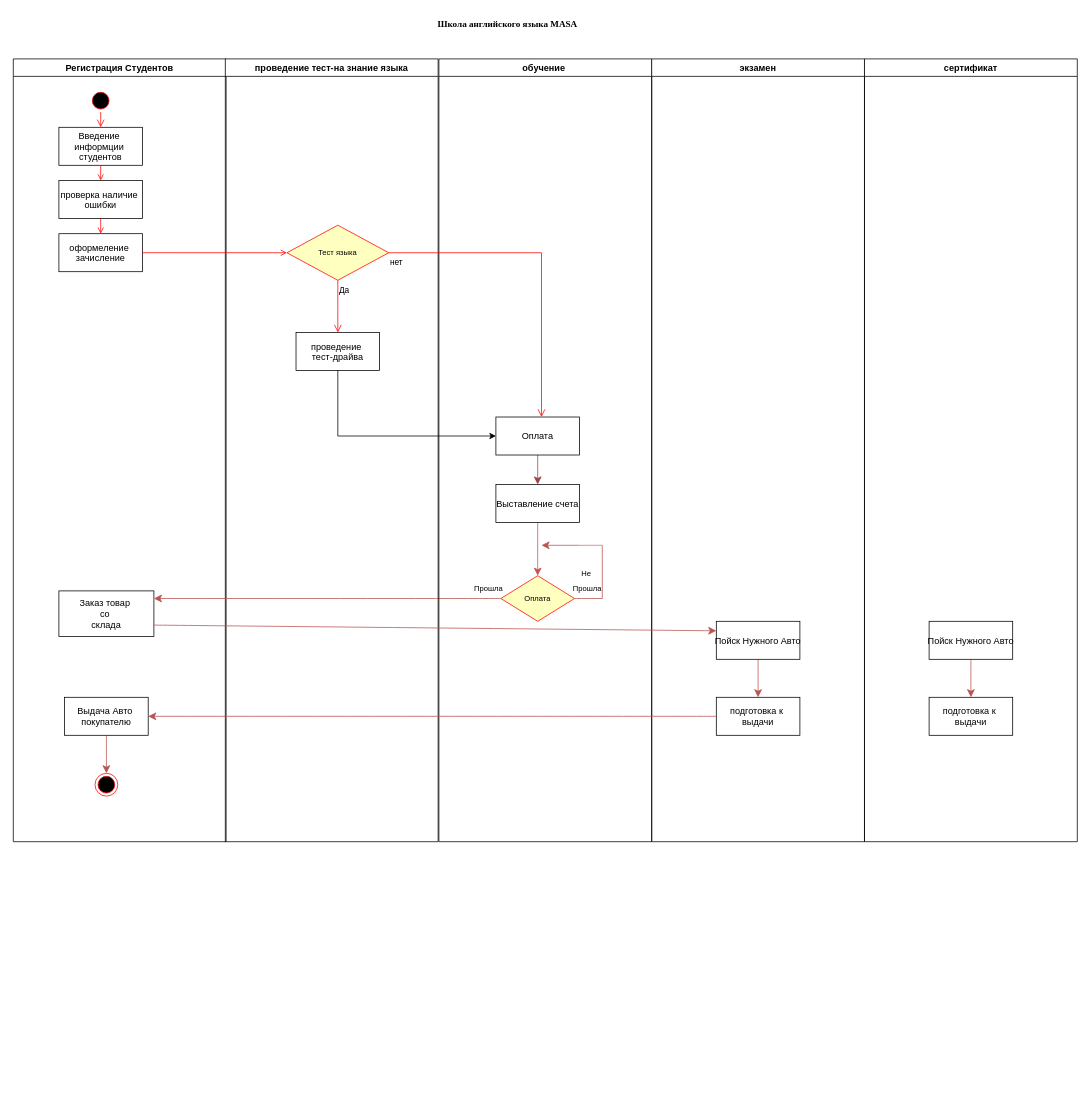
The draw.io diagram Masa_activity_diagram.drawio in mati-tech/draw.io, before the edit. Source tidied: cells renumbered, new cells numbered last; positions are measured from the earlier drawing's top-left corner, leaving out a move shared by most shapes. Both pictures are drawn from the tidied source at 76%, with x=0, y=0 at pixel (13, 13).
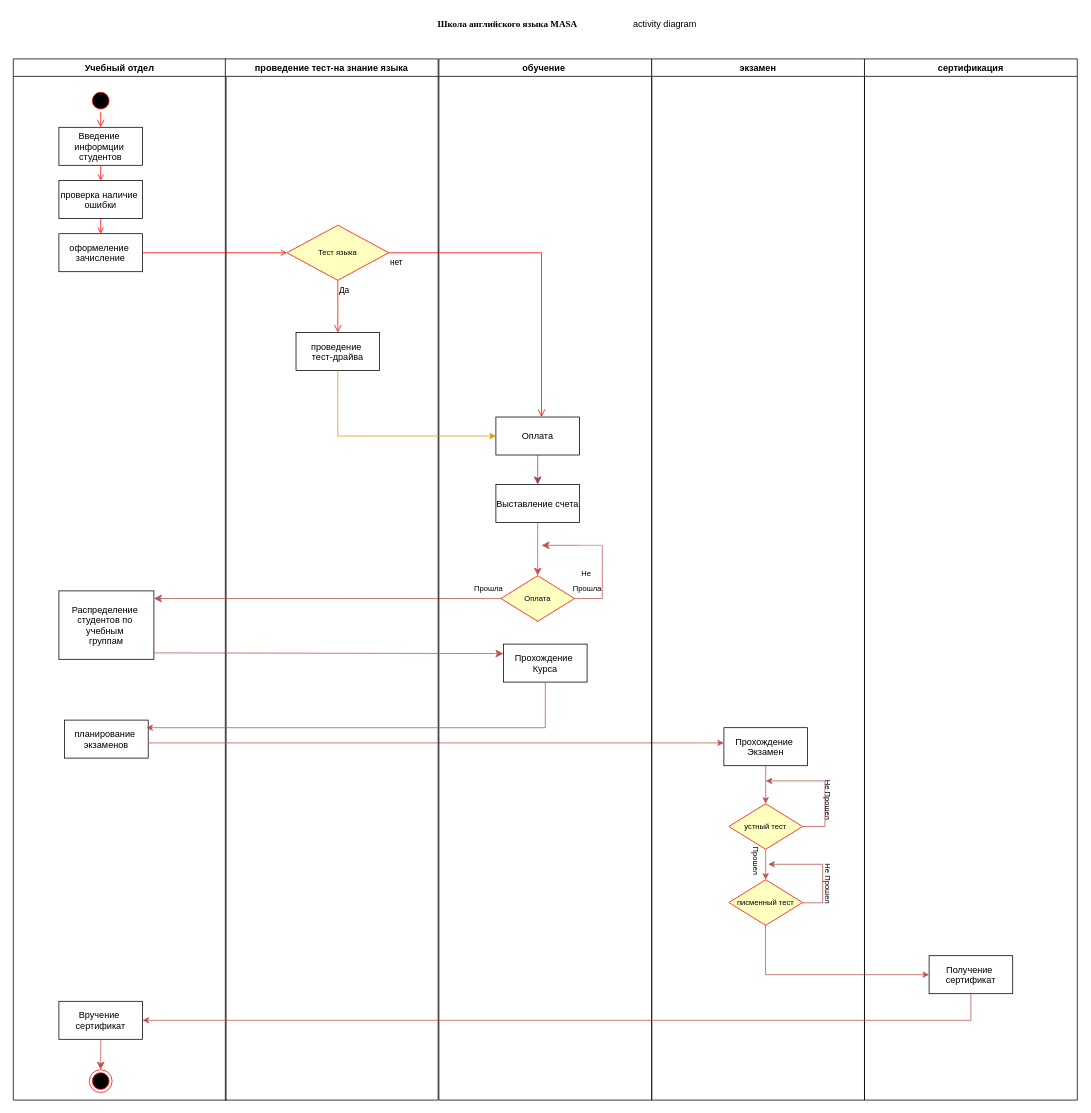
The same diagram, later.

Unchanged cells that the change refers to:
```xml
<mxCell id="17" value="проведение &#10;тест-драйва" parent="14" vertex="1">
  <mxGeometry x="93" y="360" width="110" height="50" as="geometry" />
</mxCell>
<mxCell id="22" value="Оплата" parent="19" vertex="1">
  <mxGeometry x="75" y="471.2" width="110" height="50" as="geometry" />
</mxCell>
```

Change to the diagram source:
```diff
@@
-    <mxCell id="2" value="Регистрация Студентов" style="swimlane;whiteSpace=wrap;" parent="1" vertex="1">
-      <mxGeometry y="60" width="280" height="1030" as="geometry" />
+    <mxCell id="2" value="Учебный отдел" style="swimlane;whiteSpace=wrap;" parent="1" vertex="1">
+      <mxGeometry y="60" width="280" height="1370" as="geometry" />
     </mxCell>
@@
-    <mxCell id="10" value="Заказ товар &#10;со &#10;склада" parent="2" vertex="1">
-      <mxGeometry x="60" y="700" width="125" height="60" as="geometry" />
+    <mxCell id="10" value="Распределение &#10;студентов по &#10;учебным &#10;группам" parent="2" vertex="1">
+      <mxGeometry x="60" y="700" width="125" height="90" as="geometry" />
     </mxCell>
@@
-    <mxCell id="12" value="Выдача Авто &#10;покупателю" parent="2" vertex="1">
-      <mxGeometry x="67.5" y="840" width="110" height="50" as="geometry" />
+    <mxCell id="12" value="Вручение &#10;сертификат" parent="2" vertex="1">
+      <mxGeometry x="60" y="1240" width="110" height="50" as="geometry" />
     </mxCell>
     <mxCell id="13" style="ellipse;shape=endState;fillColor=#000000;strokeColor=#ff0000;" parent="2" vertex="1">
-      <mxGeometry x="107.5" y="940" width="30" height="30" as="geometry" />
+      <mxGeometry x="100" y="1330" width="30" height="30" as="geometry" />
     </mxCell>
+    <mxCell id="45" value="планирование &#10;экзаменов" parent="2" vertex="1">
+      <mxGeometry x="67.5" y="870" width="110" height="50" as="geometry" />
+    </mxCell>
     <mxCell id="14" value="проведение тест-на знание языка" style="swimlane;whiteSpace=wrap;" parent="1" vertex="1">
-      <mxGeometry x="279" y="60" width="280" height="1030" as="geometry" />
+      <mxGeometry x="279" y="60" width="280" height="1370" as="geometry" />
     </mxCell>
@@
+    <mxCell id="46" style="edgeStyle=orthogonalEdgeStyle;rounded=0;orthogonalLoop=1;jettySize=auto;html=1;fillColor=#f8cecc;strokeColor=#b85450;" parent="14" edge="1">
+      <mxGeometry relative="1" as="geometry">
+        <mxPoint x="-101.5" y="900" as="sourcePoint" />
+        <mxPoint x="656" y="900" as="targetPoint" />
+      </mxGeometry>
+    </mxCell>
     <mxCell id="19" value="обучение " style="swimlane;whiteSpace=wrap;startSize=23;" parent="1" vertex="1">
-      <mxGeometry x="560" y="60" width="280" height="1030" as="geometry" />
+      <mxGeometry x="560" y="60" width="280" height="1370" as="geometry" />
     </mxCell>
@@
-    <mxCell id="30" value="&lt;font style=&quot;font-size: 10px;&quot;&gt;Прошла&lt;/font&gt;" style="text;html=1;align=center;verticalAlign=middle;strokeColor=none;fillColor=none;fontSize=16;" parent="19" vertex="1">
+    <mxCell id="30" value="&lt;span style=&quot;font-size: 10px;&quot;&gt;Прошла&lt;/span&gt;" style="text;html=1;align=center;verticalAlign=middle;strokeColor=none;fillColor=none;fontSize=16;" parent="19" vertex="1">
       <mxGeometry x="35" y="680" width="60" height="30" as="geometry" />
     </mxCell>
+    <mxCell id="35" value="Прохождение &#10;Курса" parent="19" vertex="1">
+      <mxGeometry x="85" y="770" width="110" height="50" as="geometry" />
+    </mxCell>
@@
     <mxCell id="33" value="экзамен" style="swimlane;whiteSpace=wrap;startSize=23;" parent="1" vertex="1">
-      <mxGeometry x="840" y="60" width="280" height="1030" as="geometry" />
+      <mxGeometry x="840" y="60" width="280" height="1370" as="geometry" />
     </mxCell>
-    <mxCell id="34" style="edgeStyle=none;curved=1;rounded=0;jettySize=auto;html=1;entryX=0.5;entryY=0;entryDx=0;entryDy=0;fontSize=12;startSize=8;endSize=8;fillColor=#f8cecc;strokeColor=#b85450;" parent="33" edge="1" source="35" target="36">
-      <mxGeometry relative="1" as="geometry" />
-    </mxCell>
-    <mxCell id="35" value="Пойск Нужного Авто" parent="33" vertex="1">
-      <mxGeometry x="85" y="740" width="110" height="50" as="geometry" />
-    </mxCell>
-    <mxCell id="36" value="подготовка к &#10;выдачи" parent="33" vertex="1">
-      <mxGeometry x="85" y="840" width="110" height="50" as="geometry" />
-    </mxCell>
+    <mxCell id="47" style="edgeStyle=orthogonalEdgeStyle;rounded=0;jettySize=auto;html=1;fillColor=#f8cecc;strokeColor=#b85450;" parent="33" edge="1" source="48">
+      <mxGeometry relative="1" as="geometry">
+        <mxPoint x="150" y="980" as="targetPoint" />
+      </mxGeometry>
+    </mxCell>
+    <mxCell id="48" value="Прохождение &#10;Экзамен" parent="33" vertex="1">
+      <mxGeometry x="95" y="880" width="110" height="50" as="geometry" />
+    </mxCell>
+    <mxCell id="49" style="edgeStyle=orthogonalEdgeStyle;rounded=0;jettySize=auto;html=1;entryX=0.5;entryY=0;entryDx=0;entryDy=0;fillColor=#f8cecc;strokeColor=#b85450;" parent="33" edge="1" source="51" target="53">
+      <mxGeometry relative="1" as="geometry" />
+    </mxCell>
+    <mxCell id="50" style="edgeStyle=orthogonalEdgeStyle;rounded=0;jettySize=auto;html=1;exitX=1;exitY=0.5;exitDx=0;exitDy=0;fillColor=#f8cecc;strokeColor=#b85450;" parent="33" edge="1" source="51">
+      <mxGeometry relative="1" as="geometry">
+        <mxPoint x="150" y="950" as="targetPoint" />
+        <Array as="points">
+          <mxPoint x="228" y="1010" />
+          <mxPoint x="228" y="950" />
+        </Array>
+      </mxGeometry>
+    </mxCell>
+    <mxCell id="51" value="устный тест" style="rhombus;fillColor=#ffffc0;strokeColor=#ff0000;fontSize=10;" parent="33" vertex="1">
+      <mxGeometry x="101.5" y="980" width="97" height="60" as="geometry" />
+    </mxCell>
+    <mxCell id="52" style="edgeStyle=orthogonalEdgeStyle;rounded=0;orthogonalLoop=1;jettySize=auto;html=1;entryX=0.572;entryY=0.057;entryDx=0;entryDy=0;entryPerimeter=0;fillColor=#f8cecc;strokeColor=#b85450;" parent="33" edge="1">
+      <mxGeometry relative="1" as="geometry">
+        <mxPoint x="198.5" y="1110.4" as="sourcePoint" />
+        <mxPoint x="153.3" y="1059.7" as="targetPoint" />
+        <Array as="points">
+          <mxPoint x="225" y="1110" />
+          <mxPoint x="225" y="1060" />
+        </Array>
+      </mxGeometry>
+    </mxCell>
+    <mxCell id="53" value="писменный тест" style="rhombus;fillColor=#ffffc0;strokeColor=#ff0000;fontSize=10;" parent="33" vertex="1">
+      <mxGeometry x="101.5" y="1080" width="97" height="60" as="geometry" />
+    </mxCell>
+    <mxCell id="54" value="&lt;span style=&quot;font-size: 10px;&quot;&gt;Прошел&lt;/span&gt;" style="text;html=1;align=center;verticalAlign=middle;strokeColor=none;fillColor=none;fontSize=16;rotation=90;" parent="33" vertex="1">
+      <mxGeometry x="110" y="1040" width="60" height="30" as="geometry" />
+    </mxCell>
+    <mxCell id="55" value="&lt;span style=&quot;font-size: 10px;&quot;&gt;Не&amp;nbsp;&lt;/span&gt;&lt;span style=&quot;font-size: 10px; background-color: initial;&quot;&gt;Прошел&lt;/span&gt;" style="text;html=1;align=center;verticalAlign=middle;strokeColor=none;fillColor=none;fontSize=16;rotation=90;" parent="33" vertex="1">
+      <mxGeometry x="195" y="960" width="80" height="30" as="geometry" />
+    </mxCell>
+    <mxCell id="56" value="&lt;span style=&quot;font-size: 10px;&quot;&gt;Не&amp;nbsp;&lt;/span&gt;&lt;span style=&quot;font-size: 10px; background-color: initial;&quot;&gt;Прошел&lt;/span&gt;" style="text;html=1;align=center;verticalAlign=middle;strokeColor=none;fillColor=none;fontSize=16;rotation=90;" parent="33" vertex="1">
+      <mxGeometry x="195" y="1070" width="80" height="30" as="geometry" />
+    </mxCell>
+    <mxCell id="57" style="edgeStyle=orthogonalEdgeStyle;rounded=0;jettySize=auto;html=1;entryX=0;entryY=0.5;entryDx=0;entryDy=0;fillColor=#f8cecc;strokeColor=#b85450;" parent="33" edge="1" target="58">
+      <mxGeometry relative="1" as="geometry">
+        <mxPoint x="149.8" y="1140" as="sourcePoint" />
+        <Array as="points">
+          <mxPoint x="150" y="1205" />
+        </Array>
+      </mxGeometry>
+    </mxCell>
-    <mxCell id="37" style="edgeStyle=none;curved=1;rounded=0;jettySize=auto;html=1;entryX=0;entryY=0.25;entryDx=0;entryDy=0;fontSize=12;startSize=8;endSize=8;exitX=1;exitY=0.75;exitDx=0;exitDy=0;fillColor=#f8cecc;strokeColor=#b85450;" parent="1" edge="1" source="10" target="35">
+    <mxCell id="37" style="edgeStyle=none;curved=1;rounded=0;jettySize=auto;html=1;entryX=0;entryY=0.25;entryDx=0;entryDy=0;fontSize=12;startSize=8;endSize=8;exitX=0.994;exitY=0.906;exitDx=0;exitDy=0;fillColor=#f8cecc;strokeColor=#b85450;exitPerimeter=0;" parent="1" edge="1" source="10" target="35">
       <mxGeometry relative="1" as="geometry" />
     </mxCell>
-    <mxCell id="38" style="edgeStyle=none;curved=1;rounded=0;jettySize=auto;html=1;entryX=1;entryY=0.5;entryDx=0;entryDy=0;fontSize=12;startSize=8;endSize=8;fillColor=#f8cecc;strokeColor=#b85450;" parent="1" edge="1" source="36" target="12">
-      <mxGeometry relative="1" as="geometry" />
-    </mxCell>
@@
-    <mxCell id="40" value="сертификат" style="swimlane;whiteSpace=wrap;startSize=23;" parent="1" vertex="1">
-      <mxGeometry x="1120" y="60" width="280" height="1030" as="geometry" />
+    <mxCell id="40" value="сертификация" style="swimlane;whiteSpace=wrap;startSize=23;" parent="1" vertex="1">
+      <mxGeometry x="1120" y="60" width="280" height="1370" as="geometry" />
     </mxCell>
-    <mxCell id="41" style="edgeStyle=none;curved=1;rounded=0;jettySize=auto;html=1;entryX=0.5;entryY=0;entryDx=0;entryDy=0;fontSize=12;startSize=8;endSize=8;fillColor=#f8cecc;strokeColor=#b85450;" parent="40" edge="1" source="42" target="43">
-      <mxGeometry relative="1" as="geometry" />
-    </mxCell>
-    <mxCell id="42" value="Пойск Нужного Авто" parent="40" vertex="1">
-      <mxGeometry x="85" y="740" width="110" height="50" as="geometry" />
-    </mxCell>
-    <mxCell id="43" value="подготовка к &#10;выдачи" parent="40" vertex="1">
-      <mxGeometry x="85" y="840" width="110" height="50" as="geometry" />
-    </mxCell>
+    <mxCell id="58" value="Получение &#10;сертификат" parent="40" vertex="1">
+      <mxGeometry x="85" y="1180" width="110" height="50" as="geometry" />
+    </mxCell>
-    <mxCell id="44" style="edgeStyle=orthogonalEdgeStyle;rounded=0;jettySize=auto;html=1;entryX=0;entryY=0.5;entryDx=0;entryDy=0;exitX=0.5;exitY=1;exitDx=0;exitDy=0;" parent="1" edge="1" source="17" target="22">
+    <mxCell id="44" style="edgeStyle=orthogonalEdgeStyle;rounded=0;jettySize=auto;html=1;entryX=0;entryY=0.5;entryDx=0;entryDy=0;exitX=0.5;exitY=1;exitDx=0;exitDy=0;fillColor=#ffe6cc;strokeColor=#d79b00;" parent="1" edge="1" source="17" target="22">
       <mxGeometry relative="1" as="geometry" />
     </mxCell>
+    <mxCell id="59" style="edgeStyle=orthogonalEdgeStyle;rounded=0;jettySize=auto;html=1;exitX=0.5;exitY=1;exitDx=0;exitDy=0;fillColor=#f8cecc;strokeColor=#b85450;" parent="1" edge="1" source="35">
+      <mxGeometry relative="1" as="geometry">
+        <mxPoint x="175" y="940" as="targetPoint" />
+        <Array as="points">
+          <mxPoint x="700" y="940" />
+          <mxPoint x="175" y="940" />
+        </Array>
+      </mxGeometry>
+    </mxCell>
+    <mxCell id="60" style="edgeStyle=orthogonalEdgeStyle;rounded=0;jettySize=auto;html=1;entryX=1;entryY=0.5;entryDx=0;entryDy=0;fillColor=#f8cecc;strokeColor=#b85450;" parent="1" edge="1" source="58" target="12">
+      <mxGeometry relative="1" as="geometry">
+        <Array as="points">
+          <mxPoint x="1260" y="1325" />
+        </Array>
+      </mxGeometry>
+    </mxCell>
+    <mxCell id="61" value="activity diagram" style="text;html=1;align=center;verticalAlign=middle;strokeColor=none;fillColor=none;" parent="1" vertex="1">
+      <mxGeometry x="802" width="110" height="30" as="geometry" />
+    </mxCell>
```
